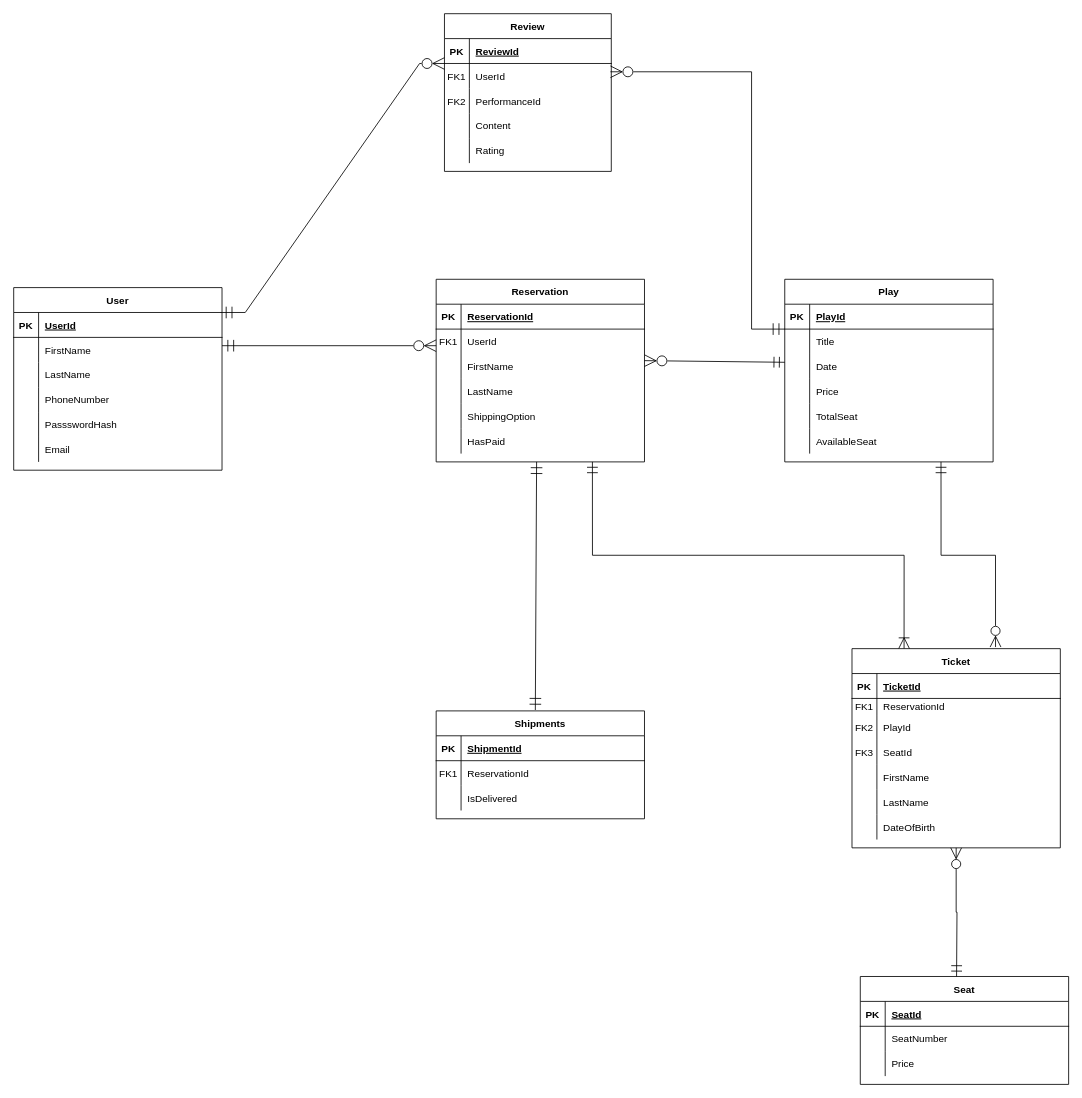
jefsamo/gct-ticketing-system keeps this draw.io diagram as Untitled Diagram.drawio. Above is the earlier version. Source tidied: cells renumbered, new cells numbered last; positions are measured from the earlier drawing's top-left corner, leaving out a move shared by most shapes. Both pictures are drawn from the tidied source at 83%, with x=0, y=0 at pixel (13, 13).
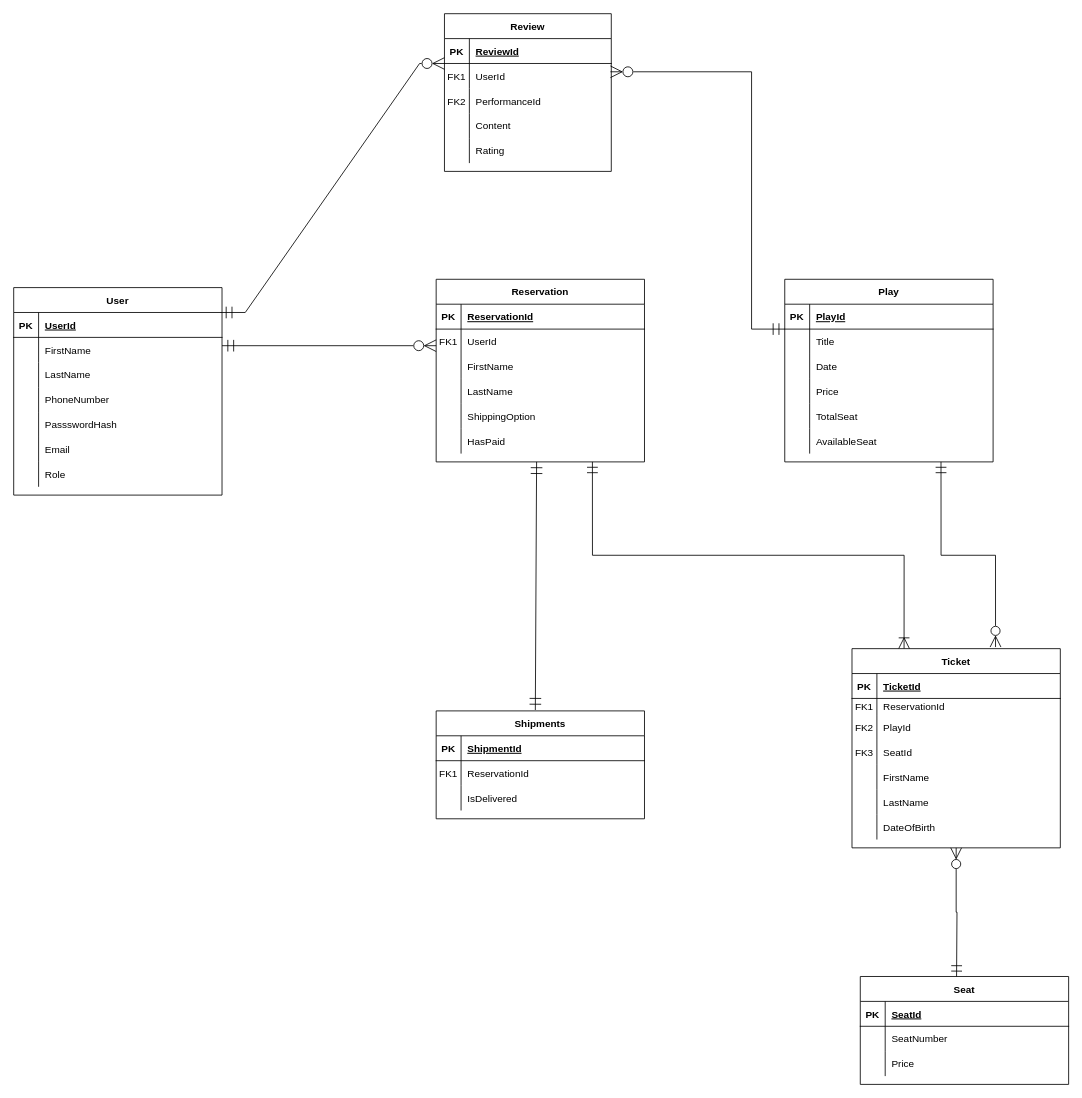
After the change.

The change refers to these unchanged cells:
```xml
<mxCell id="10" style="shape=partialRectangle;fillColor=none;points=[[0,0.5],[1,0.5]];portConstraint=eastwest;top=0;left=0;right=0;bottom=0;" parent="3" vertex="1">
  <mxGeometry y="90" width="251" height="30" as="geometry" />
</mxCell>
```

The edit, as a diff of the source:
```diff
@@
-    <mxCell id="73" style="endArrow=ERmandOne;html=1;rounded=0;exitX=1;exitY=0.267;exitDx=0;exitDy=0;exitPerimeter=0;startArrow=ERzeroToMany;startFill=0;endFill=0;startSize=12;endSize=11;" parent="1" edge="1" source="10">
-      <mxGeometry relative="1" as="geometry">
-        <mxPoint x="929" y="420" as="targetPoint" />
-      </mxGeometry>
-    </mxCell>
@@
     <mxCell id="85" value="User" style="shape=table;startSize=30;childLayout=tableLayout;rowLines=0;fontStyle=1;align=center;" parent="1" vertex="1">
-      <mxGeometry y="330" width="251" height="220" as="geometry" />
+      <mxGeometry y="330" width="251" height="250" as="geometry" />
     </mxCell>
@@
+    <mxCell id="127" style="shape=partialRectangle;fillColor=none;top=0;left=0;right=0;bottom=0;" parent="85" vertex="1">
+      <mxGeometry y="210" width="251" height="30" as="geometry" />
+    </mxCell>
+    <mxCell id="128" style="shape=partialRectangle;overflow=hidden;fillColor=none;top=0;left=0;bottom=0;right=0;" parent="127" vertex="1">
+      <mxGeometry width="30" height="30" as="geometry" />
+    </mxCell>
+    <mxCell id="129" value="Role" style="shape=partialRectangle;overflow=hidden;fillColor=none;top=0;left=0;bottom=0;right=0;align=left;spacingLeft=6;" parent="127" vertex="1">
+      <mxGeometry x="30" width="221" height="30" as="geometry" />
+    </mxCell>
```
